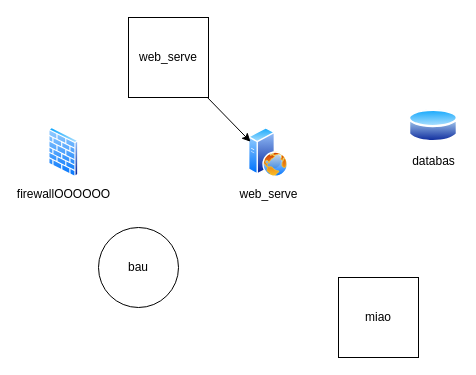
Earlier version of the draw.io diagram drawio_Diagrams/TestProva.drawio.xml (PierCarrozzini/Fake_Architecture_Orchestrator). Source tidied: cells renumbered, new cells numbered last; positions are measured from the earlier drawing's top-left corner, leaving out a move shared by most shapes. Both pictures are drawn from the tidied source at 100%, with x=0, y=0 at pixel (48, 17).
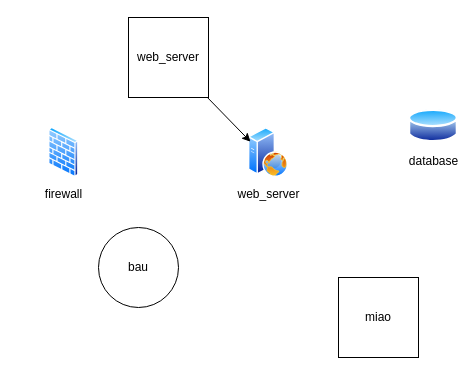
The same diagram, later.

What changed in the source:
```diff
@@
 <mxGraphModel>
   <root>
     <mxCell id="0" />
     <mxCell id="1" parent="0" />
-    <mxCell id="2" value="web_serve" style="image;perimeter=ellipsePerimeter;html=1;align=center;shadow=0;dashed=0;spacingTop=3;image=img/lib/active_directory/web_server.svg;" parent="1" vertex="1">
+    <mxCell id="2" value="web_server" style="image;perimeter=ellipsePerimeter;html=1;align=center;shadow=0;dashed=0;spacingTop=3;image=img/lib/active_directory/web_server.svg;" parent="1" vertex="1">
       <mxGeometry x="200" y="110" width="40" height="50" as="geometry" />
     </mxCell>
-    <mxCell id="3" value="web_serve" style="whiteSpace=wrap;html=1;" parent="1" vertex="1">
+    <mxCell id="3" value="web_server" style="whiteSpace=wrap;html=1;" parent="1" vertex="1">
       <mxGeometry x="80" width="80" height="80" as="geometry" />
     </mxCell>
     <mxCell id="4" style="endArrow=classic;html=1;rounded=0;entryX=0;entryY=0.25;entryDx=0;entryDy=0;" parent="1" edge="1" source="3" target="2">
       <mxGeometry relative="1" as="geometry" />
     </mxCell>
-    <mxCell id="5" value="databas" style="image;perimeter=ellipsePerimeter;html=1;align=center;shadow=0;dashed=0;spacingTop=3;image=img/lib/active_directory/database.svg;" parent="1" vertex="1">
+    <mxCell id="5" value="database" style="image;perimeter=ellipsePerimeter;html=1;align=center;shadow=0;dashed=0;spacingTop=3;image=img/lib/active_directory/database.svg;" parent="1" vertex="1">
       <mxGeometry x="360" y="90" width="50" height="37" as="geometry" />
     </mxCell>
     <mxCell id="6" value="miao" style="whiteSpace=wrap;html=1;" parent="1" vertex="1">
       <mxGeometry x="290" y="260" width="80" height="80" as="geometry" />
     </mxCell>
     <mxCell id="7" value="bau" style="ellipse;whiteSpace=wrap;html=1;" parent="1" vertex="1">
       <mxGeometry x="50" y="210" width="80" height="80" as="geometry" />
     </mxCell>
-    <mxCell id="8" value="firewallOOOOOO" style="image;perimeter=ellipsePerimeter;html=1;align=center;shadow=0;dashed=0;spacingTop=3;image=img/lib/active_directory/firewall.svg;" parent="1" vertex="1">
+    <mxCell id="8" value="firewall" style="image;perimeter=ellipsePerimeter;html=1;align=center;shadow=0;dashed=0;spacingTop=3;image=img/lib/active_directory/firewall.svg;" parent="1" vertex="1">
       <mxGeometry y="110" width="30.5" height="50" as="geometry" />
     </mxCell>
   </root>
 </mxGraphModel>
```
